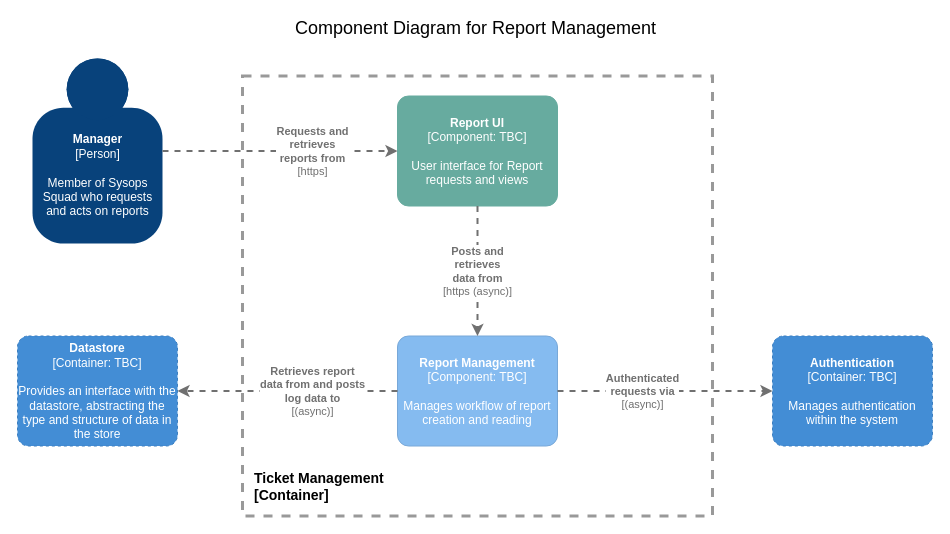
Above: 3.ViewsAndPerspectives/infrastructure/images/ReportComponentDiagram.drawio in tekiegirl/TheMadKatas (draw.io), before the change. Source tidied: cells renumbered, new cells numbered last; positions are measured from the earlier drawing's top-left corner, leaving out a move shared by most shapes. Both pictures are drawn from the tidied source at 100%, with x=0, y=0 at pixel (17, 18).
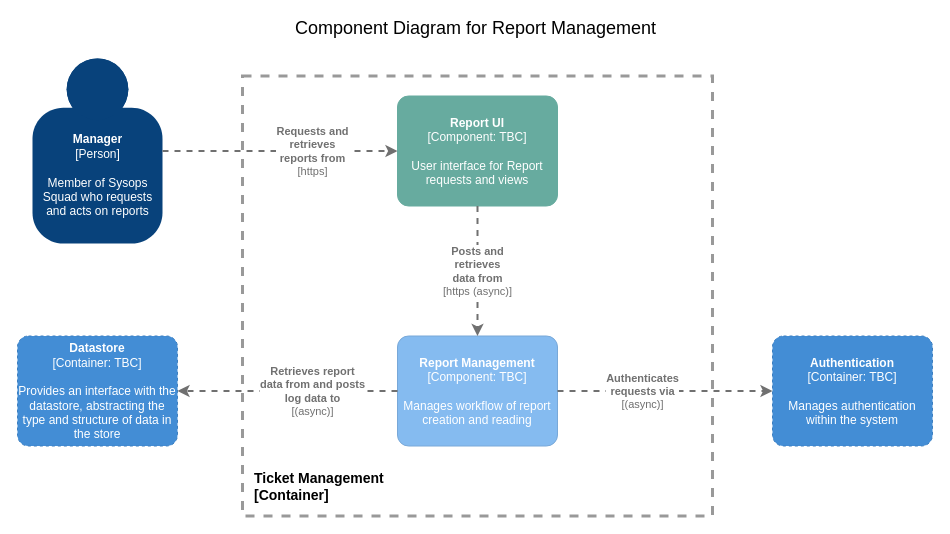
The same page after the edit.

Commit message (it also covers changes not shown here):
Add knowledge domain to analysis, knowledge component diagram & ADR

Change to the diagram source:
```diff
@@
 <mxGraphModel background="#FFFFFF">
   <root>
     <mxCell id="0" />
     <mxCell id="1" parent="0" />
     <mxCell id="2" value="&lt;font style=&quot;font-size: 18px&quot;&gt;Component Diagram for Report Management&lt;/font&gt;" style="text;html=1;align=center;verticalAlign=middle;" parent="1" vertex="1">
       <mxGeometry x="268" width="380" height="20" as="geometry" />
     </mxCell>
     <mxCell id="3" style="rounded=0;whiteSpace=wrap;html=1;dashed=1;strokeWidth=3;strokeColor=#999999;fillColor=none;" parent="1" vertex="1">
       <mxGeometry x="225" y="57.5" width="470" height="440" as="geometry" />
     </mxCell>
     <mxCell id="4" value="&lt;font style=&quot;font-size: 14px&quot;&gt;&lt;b&gt;Ticket Management&lt;br&gt;[Container]&lt;/b&gt;&lt;/font&gt;" style="text;html=1;align=left;verticalAlign=middle;" parent="1" vertex="1">
       <mxGeometry x="235" y="447.5" width="150" height="40" as="geometry" />
     </mxCell>
     <object id="5" label="&lt;b&gt;%c4Name%&lt;/b&gt;&lt;div&gt;[%c4Type%: %c4Technology%]&lt;/div&gt;&lt;br&gt;&lt;div&gt;%c4Description%&lt;/div&gt;" c4Description="Manages workflow of report creation and reading" c4Name="Report Management" c4Technology="TBC" c4Type="Component" placeholders="1">
       <mxCell style="rounded=1;whiteSpace=wrap;html=1;labelBackgroundColor=none;fillColor=#85BBF0;fontColor=#ffffff;align=center;arcSize=10;strokeColor=#78A8D8;metaData={&quot;c4Type&quot;:{&quot;editable&quot;:false}};points=[[0.25,0,0],[0.5,0,0],[0.75,0,0],[1,0.25,0],[1,0.5,0],[1,0.75,0],[0.75,1,0],[0.5,1,0],[0.25,1,0],[0,0.75,0],[0,0.5,0],[0,0.25,0]];" parent="1" vertex="1">
         <mxGeometry x="380" y="317.5" width="160" height="110" as="geometry" />
       </mxCell>
     </object>
     <object id="6" label="&lt;b&gt;%c4Name%&lt;/b&gt;&lt;div&gt;[%c4Type%: %c4Technology%]&lt;/div&gt;&lt;br&gt;&lt;div&gt;%c4Description%&lt;/div&gt;" c4Description="User interface for Report requests and views" c4Name="Report UI" c4Technology="TBC" c4Type="Component" placeholders="1">
       <mxCell style="rounded=1;whiteSpace=wrap;html=1;labelBackgroundColor=none;fontColor=#ffffff;align=center;arcSize=10;metaData={&quot;c4Type&quot;:{&quot;editable&quot;:false}};points=[[0.25,0,0],[0.5,0,0],[0.75,0,0],[1,0.25,0],[1,0.5,0],[1,0.75,0],[0.75,1,0],[0.5,1,0],[0.25,1,0],[0,0.75,0],[0,0.5,0],[0,0.25,0]];fillColor=#67AB9F;strokeColor=#67AB9F;" parent="1" vertex="1">
         <mxGeometry x="380" y="77.5" width="160" height="110" as="geometry" />
       </mxCell>
     </object>
     <object id="7" label="&lt;div style=&quot;text-align: left&quot;&gt;&lt;div style=&quot;text-align: center&quot;&gt;&lt;b&gt;%c4Description%&lt;/b&gt;&lt;/div&gt;&lt;div style=&quot;text-align: center&quot;&gt;[%c4Technology%]&lt;/div&gt;&lt;/div&gt;" c4Description="Posts and &#10;retrieves &#10;data from" c4Technology="https (async)" placeholders="1">
       <mxCell style="edgeStyle=none;rounded=0;html=1;jettySize=auto;strokeColor=#707070;strokeWidth=2;fontColor=#707070;jumpStyle=none;dashed=1;metaData={&quot;c4Type&quot;:{&quot;editable&quot;:false}};exitX=0.5;exitY=1;exitDx=0;exitDy=0;exitPerimeter=0;entryX=0.5;entryY=0;entryDx=0;entryDy=0;entryPerimeter=0;" parent="1" edge="1" source="6" target="5">
         <mxGeometry relative="1" as="geometry" />
       </mxCell>
     </object>
     <object id="8" label="&lt;b&gt;%c4Name%&lt;/b&gt;&lt;div&gt;[%c4Type%: %c4Technology%]&lt;/div&gt;&lt;br&gt;&lt;div&gt;%c4Description%&lt;/div&gt;" c4Description="Provides an interface with the datastore, abstracting the type and structure of data in the store" c4Name="Datastore" c4Technology="TBC" c4Type="Container" placeholders="1">
       <mxCell style="rounded=1;whiteSpace=wrap;html=1;labelBackgroundColor=none;fillColor=#438DD5;fontColor=#ffffff;align=center;arcSize=10;strokeColor=#3C7FC0;metaData={&quot;c4Type&quot;:{&quot;editable&quot;:false}};points=[[0.25,0,0],[0.5,0,0],[0.75,0,0],[1,0.25,0],[1,0.5,0],[1,0.75,0],[0.75,1,0],[0.5,1,0],[0.25,1,0],[0,0.75,0],[0,0.5,0],[0,0.25,0]];dashed=1;" parent="1" vertex="1">
         <mxGeometry y="317.5" width="160" height="110" as="geometry" />
       </mxCell>
     </object>
     <object id="9" label="&lt;div style=&quot;text-align: left&quot;&gt;&lt;div style=&quot;text-align: center&quot;&gt;&lt;b&gt;%c4Description%&lt;/b&gt;&lt;/div&gt;&lt;div style=&quot;text-align: center&quot;&gt;[%c4Technology%]&lt;/div&gt;&lt;/div&gt;" c4Description="Retrieves report&#10;data from and posts &#10;log data to" c4Technology="(async)" placeholders="1">
       <mxCell style="edgeStyle=none;rounded=0;html=1;jettySize=auto;strokeColor=#707070;strokeWidth=2;fontColor=#707070;jumpStyle=none;dashed=1;metaData={&quot;c4Type&quot;:{&quot;editable&quot;:false}};exitX=0;exitY=0.5;exitDx=0;exitDy=0;exitPerimeter=0;entryX=1;entryY=0.5;entryDx=0;entryDy=0;entryPerimeter=0;" parent="1" edge="1" source="5" target="8">
         <mxGeometry x="-0.23" relative="1" as="geometry" />
       </mxCell>
     </object>
     <object id="10" label="&lt;b&gt;%c4Name%&lt;/b&gt;&lt;div&gt;[%c4Type%]&lt;/div&gt;&lt;br&gt;&lt;div&gt;%c4Description%&lt;/div&gt;" c4Description="Member of Sysops &#10;Squad who requests&#10;and acts on reports" c4Name="Manager" c4Type="Person" placeholders="1">
       <mxCell style="html=1;dashed=0;whitespace=wrap;fillColor=#08427b;strokeColor=none;fontColor=#ffffff;shape=mxgraph.c4.person;align=center;points=[[0.5,0,0],[1,0.5,0],[1,0.75,0],[0.75,1,0],[0.5,1,0],[0.25,1,0],[0,0.75,0],[0,0.5,0]];metaData={&quot;c4Type&quot;:{&quot;editable&quot;:false}};" parent="1" vertex="1">
         <mxGeometry x="15" y="40" width="130" height="185" as="geometry" />
       </mxCell>
     </object>
     <object id="11" label="&lt;div style=&quot;text-align: left&quot;&gt;&lt;div style=&quot;text-align: center&quot;&gt;&lt;b&gt;%c4Description%&lt;/b&gt;&lt;/div&gt;&lt;div style=&quot;text-align: center&quot;&gt;[%c4Technology%]&lt;/div&gt;&lt;/div&gt;" c4Description="Requests and &#10;retrieves &#10;reports from" c4Technology="https" placeholders="1">
       <mxCell style="edgeStyle=none;rounded=0;html=1;jettySize=auto;strokeColor=#707070;strokeWidth=2;fontColor=#707070;jumpStyle=none;dashed=1;metaData={&quot;c4Type&quot;:{&quot;editable&quot;:false}};exitX=1;exitY=0.5;exitDx=0;exitDy=0;exitPerimeter=0;entryX=0;entryY=0.5;entryDx=0;entryDy=0;entryPerimeter=0;" parent="1" edge="1" source="10" target="6">
         <mxGeometry x="0.28" relative="1" as="geometry" />
       </mxCell>
     </object>
     <object id="12" label="&lt;b&gt;%c4Name%&lt;/b&gt;&lt;div&gt;[%c4Type%: %c4Technology%]&lt;/div&gt;&lt;br&gt;&lt;div&gt;%c4Description%&lt;/div&gt;" c4Description="Manages authentication within the system" c4Name="Authentication" c4Technology="TBC" c4Type="Container" placeholders="1">
       <mxCell style="rounded=1;whiteSpace=wrap;html=1;labelBackgroundColor=none;fillColor=#438DD5;fontColor=#ffffff;align=center;arcSize=10;strokeColor=#3C7FC0;metaData={&quot;c4Type&quot;:{&quot;editable&quot;:false}};points=[[0.25,0,0],[0.5,0,0],[0.75,0,0],[1,0.25,0],[1,0.5,0],[1,0.75,0],[0.75,1,0],[0.5,1,0],[0.25,1,0],[0,0.75,0],[0,0.5,0],[0,0.25,0]];dashed=1;" parent="1" vertex="1">
         <mxGeometry x="755" y="317.5" width="160" height="110" as="geometry" />
       </mxCell>
     </object>
-    <object id="13" label="&lt;div style=&quot;text-align: left&quot;&gt;&lt;div style=&quot;text-align: center&quot;&gt;&lt;b&gt;%c4Description%&lt;/b&gt;&lt;/div&gt;&lt;div style=&quot;text-align: center&quot;&gt;[%c4Technology%]&lt;/div&gt;&lt;/div&gt;" c4Description="Authenticated &#10;requests via" c4Technology="(async)" placeholders="1">
+    <object id="13" label="&lt;div style=&quot;text-align: left&quot;&gt;&lt;div style=&quot;text-align: center&quot;&gt;&lt;b&gt;%c4Description%&lt;/b&gt;&lt;/div&gt;&lt;div style=&quot;text-align: center&quot;&gt;[%c4Technology%]&lt;/div&gt;&lt;/div&gt;" c4Description="Authenticates &#10;requests via" c4Technology="(async)" placeholders="1">
       <mxCell style="edgeStyle=none;rounded=0;html=1;jettySize=auto;strokeColor=#707070;strokeWidth=2;fontColor=#707070;jumpStyle=none;dashed=1;metaData={&quot;c4Type&quot;:{&quot;editable&quot;:false}};exitX=1;exitY=0.5;exitDx=0;exitDy=0;exitPerimeter=0;entryX=0;entryY=0.5;entryDx=0;entryDy=0;entryPerimeter=0;" parent="1" edge="1" source="5" target="12">
         <mxGeometry x="-0.21" relative="1" as="geometry" />
       </mxCell>
     </object>
   </root>
 </mxGraphModel>
```
